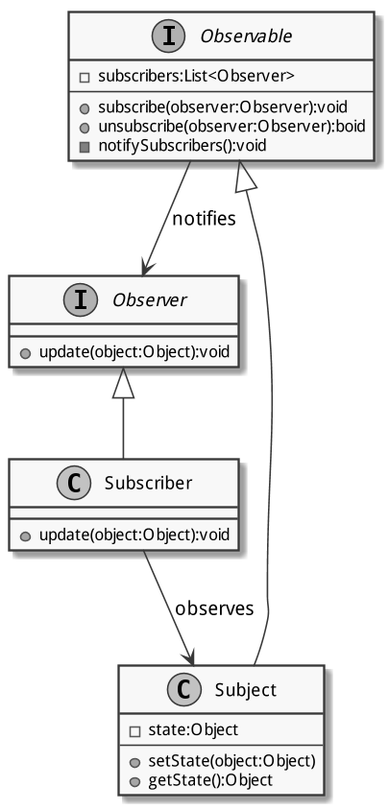
patrickbucher/inf-stud-hslu keeps this PlantUML diagram as vsk/zusammenfassung/pics/observer.png. Above is the earlier version. Its diagram source:
```plantuml
@startuml

skinparam monochrome true
skinparam defaultFontName Droid Sans
skinparam dpi 150

interface Observable {
    - subscribers:List<Observer>
    ---
    + subscribe(observer:Observer):void
    + unsubscribe(observer:Observer):boid
    - notifySubscribers():void
}

interface Observer {
    + update(object:Object):void
}

Observable --> Observer : notifies

class Subject {
    - state:Object
    ---
    + setState(object:Object)
    + getState():Object
}

Observable <|-- Subject

class Subscriber {
    + update(object:Object):void
}

Observer <|-- Subscriber

Subscriber --> Subject : observes

@enduml
```
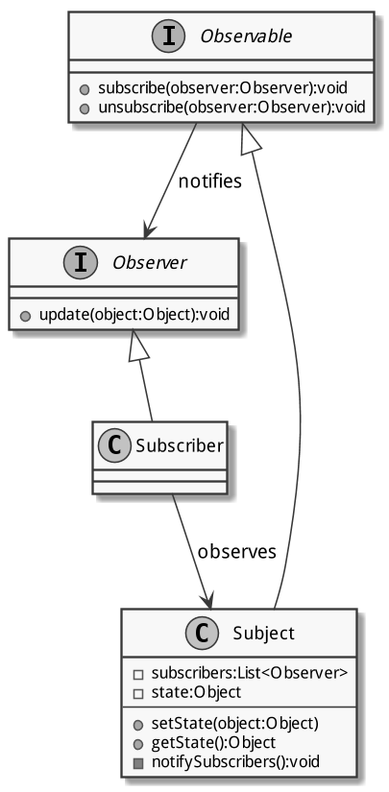
Above is the later version.

Change to the diagram source:
```diff
@@ -5,11 +5,8 @@
 skinparam dpi 150
 
 interface Observable {
-    - subscribers:List<Observer>
-    ---
     + subscribe(observer:Observer):void
-    + unsubscribe(observer:Observer):boid
-    - notifySubscribers():void
+    + unsubscribe(observer:Observer):void
 }
 
 interface Observer {
@@ -19,16 +16,17 @@
 Observable --> Observer : notifies
 
 class Subject {
+    - subscribers:List<Observer>
     - state:Object
     ---
     + setState(object:Object)
     + getState():Object
+    - notifySubscribers():void
 }
 
 Observable <|-- Subject
 
 class Subscriber {
-    + update(object:Object):void
 }
 
 Observer <|-- Subscriber
```
